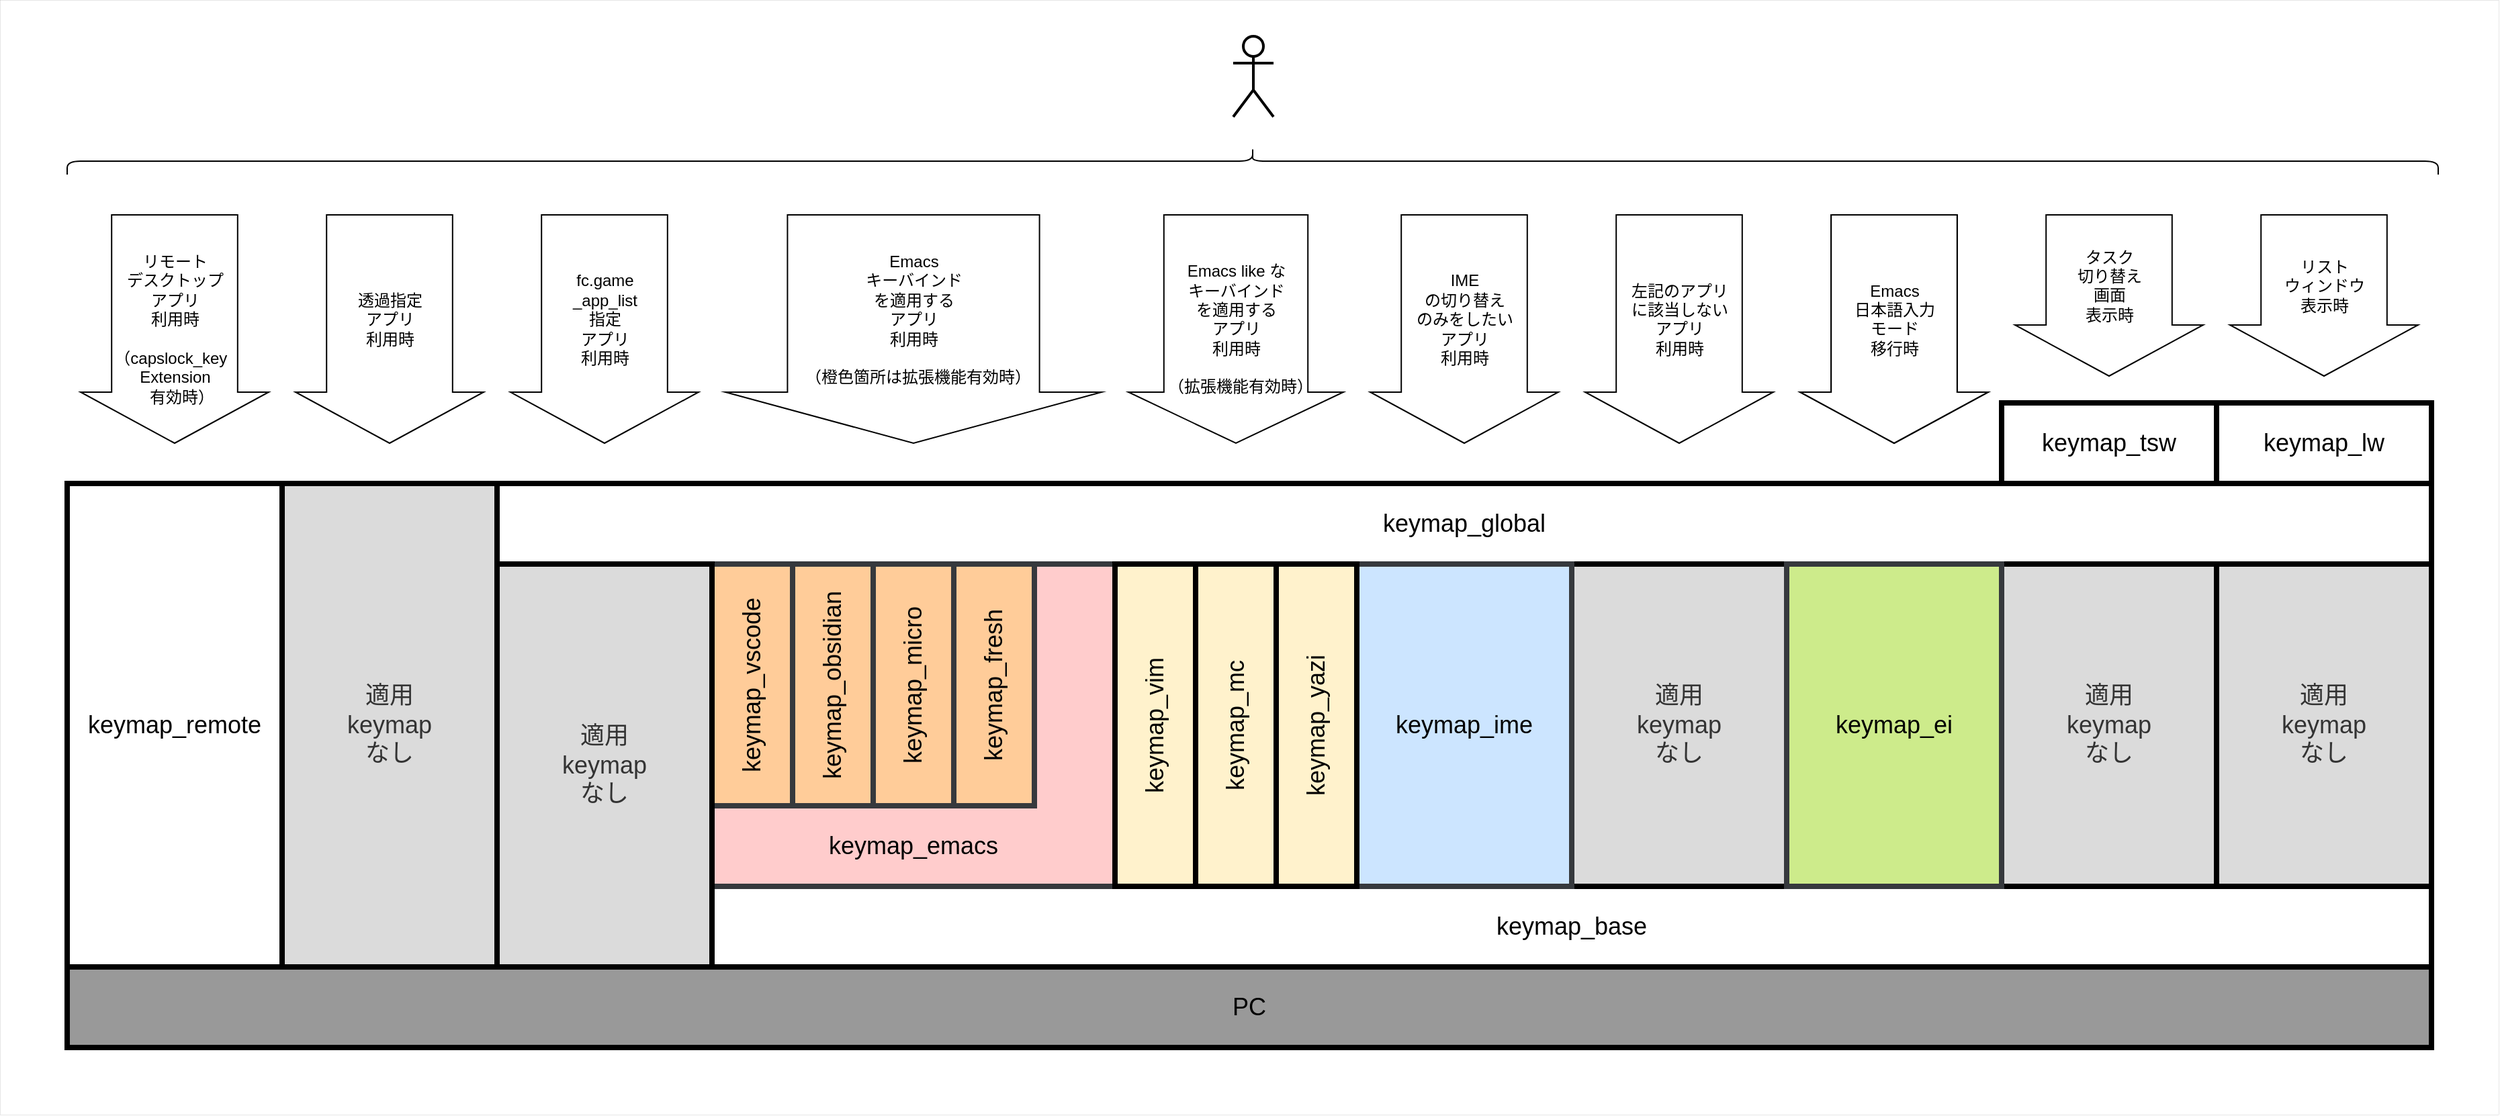
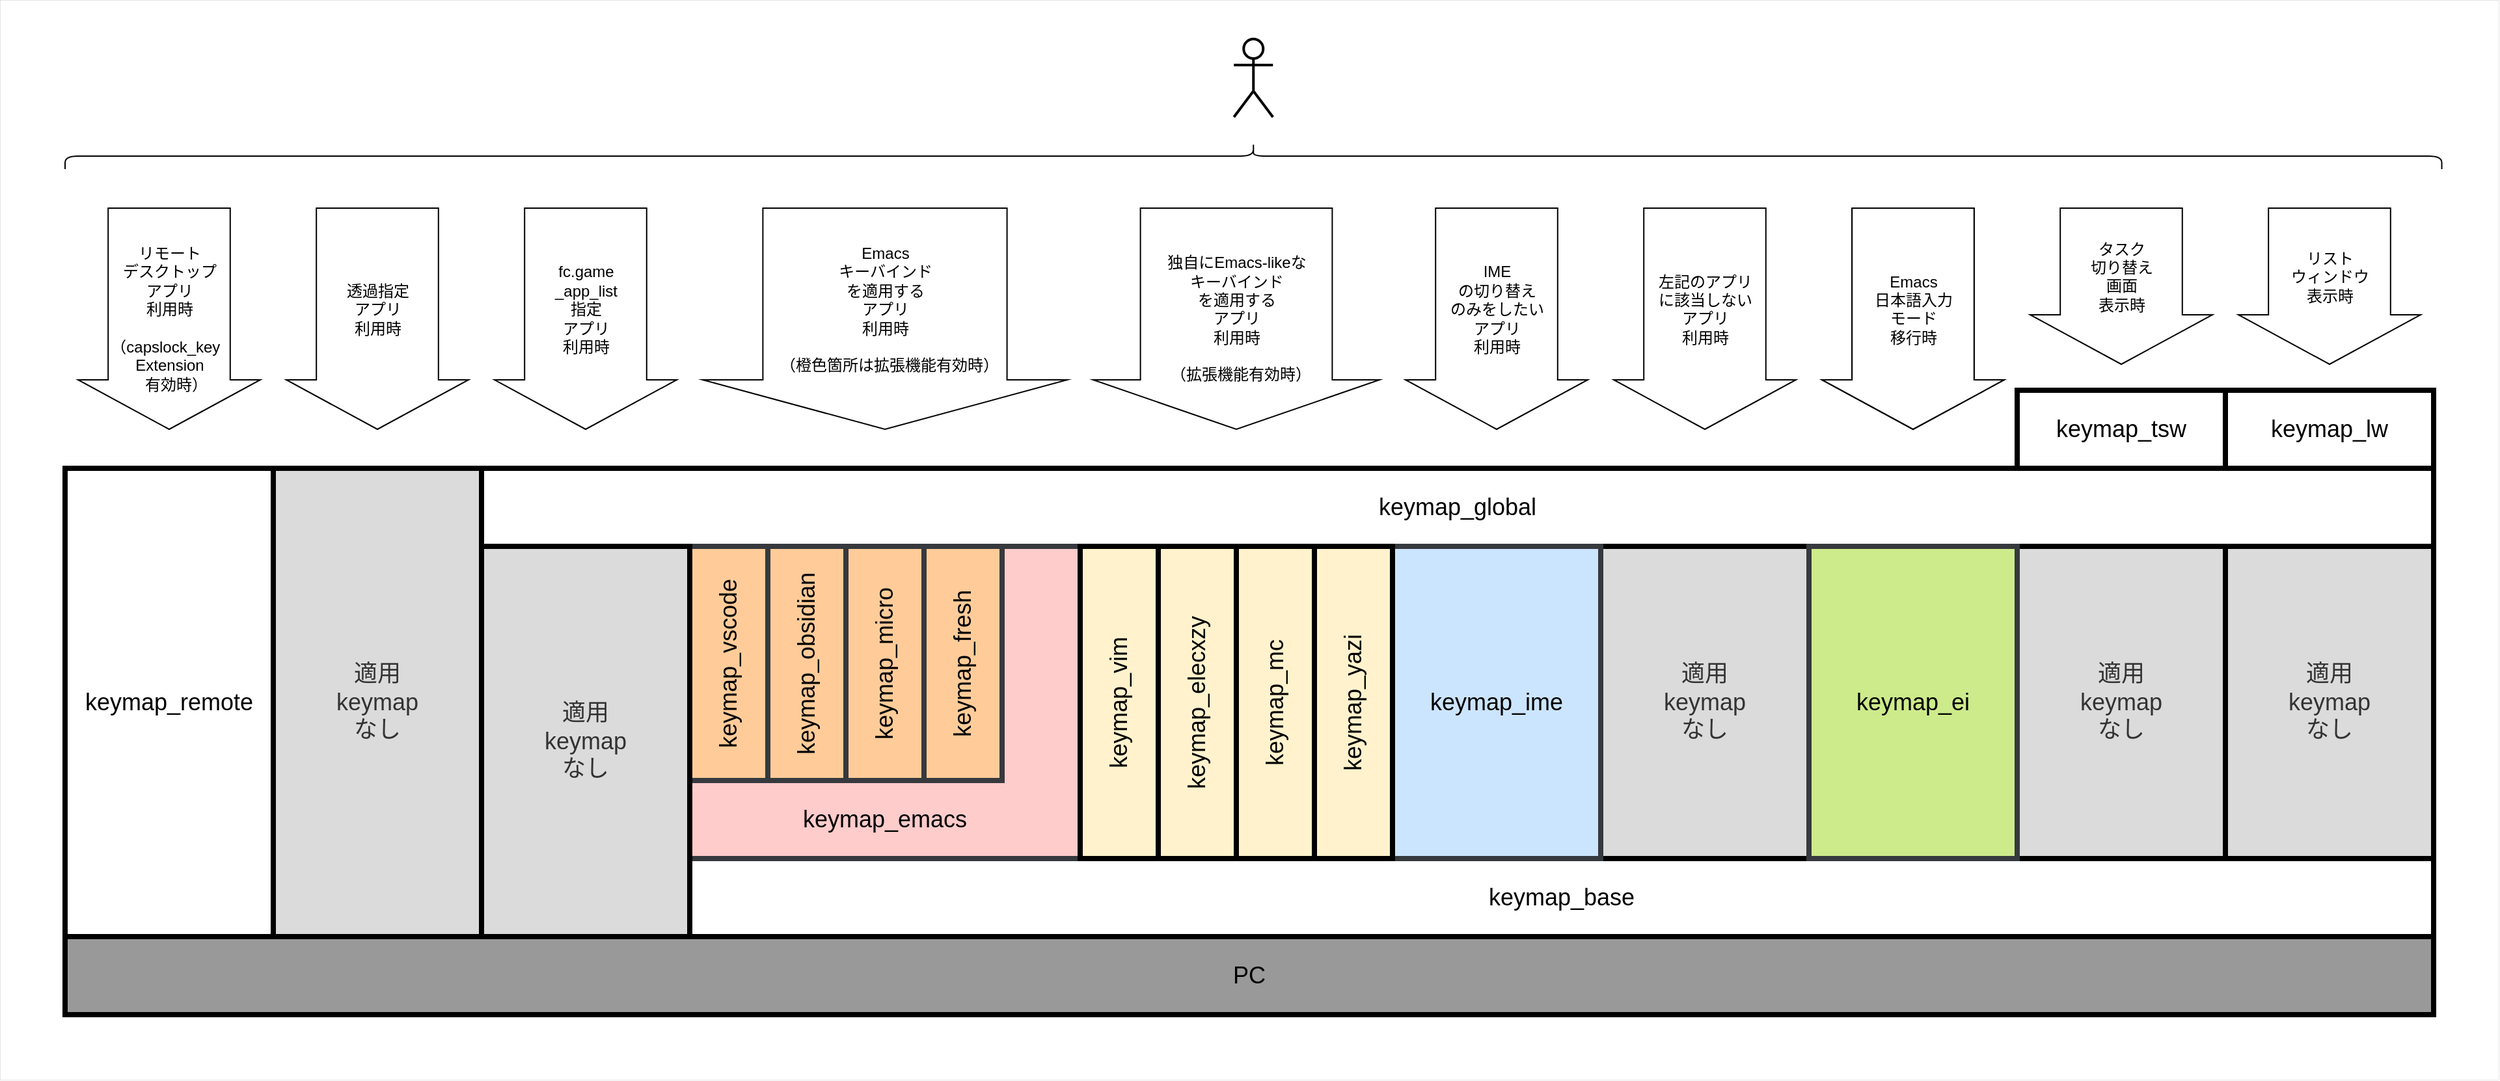
<mxfile host="Electron" agent="Mozilla/5.0 (Windows NT 10.0; Win64; x64) AppleWebKit/537.36 (KHTML, like Gecko) draw.io/29.6.1 Chrome/142.0.7444.265 Electron/39.8.0 Safari/537.36" version="29.6.1">
  <diagram name="ページ1" id="5GmA5azT59qMRVNA7XrL">
-     <mxGraphModel dx="2565" dy="811" grid="1" gridSize="10" guides="1" tooltips="1" connect="1" arrows="1" fold="1" page="1" pageScale="1" pageWidth="1169" pageHeight="827" math="0" shadow="0">
+     <mxGraphModel dx="2243" dy="624" grid="1" gridSize="10" guides="1" tooltips="1" connect="1" arrows="1" fold="1" page="1" pageScale="1" pageWidth="1169" pageHeight="827" math="0" shadow="0">
      <root>
        <mxCell id="0" />
        <mxCell id="1" parent="0" />
        <mxCell id="R3ex-nuZuo4BqBKcZroz-3" parent="1" style="rounded=0;whiteSpace=wrap;html=1;strokeWidth=0;" value="" vertex="1">
-           <mxGeometry height="830" width="1860" x="-1120" y="80" as="geometry" />
+           <mxGeometry height="830" width="1920" x="-1120" y="80" as="geometry" />
        </mxCell>
        <mxCell id="ZNUdISC1LJWlkmwr6NwV-11" parent="1" style="rounded=0;whiteSpace=wrap;html=1;strokeWidth=4;fontSize=18;fillColor=#dbdbdb;fontColor=#333333;strokeColor=#000000;" value="適用&lt;br style=&quot;font-size: 18px;&quot;&gt;keymap&lt;br style=&quot;font-size: 18px;&quot;&gt;なし" vertex="1">
-           <mxGeometry height="240" width="160" x="50" y="500" as="geometry" />
+           <mxGeometry height="240" width="160" x="110" y="500" as="geometry" />
        </mxCell>
        <mxCell id="8uGnQqRoo8XHkAc7qmPf-10" parent="1" style="rounded=0;whiteSpace=wrap;html=1;strokeWidth=4;align=center;" value="&lt;font style=&quot;font-size: 18px;&quot;&gt;keymap_global&lt;br&gt;&lt;/font&gt;" vertex="1">
-           <mxGeometry height="60" width="1440" x="-750" y="440" as="geometry" />
+           <mxGeometry height="60" width="1500" x="-750" y="440" as="geometry" />
        </mxCell>
        <mxCell id="8uGnQqRoo8XHkAc7qmPf-1" parent="1" style="rounded=0;whiteSpace=wrap;html=1;strokeWidth=4;" value="&lt;font style=&quot;font-size: 18px;&quot;&gt;keymap_base&lt;/font&gt;" vertex="1">
-           <mxGeometry height="60" width="1280" x="-590" y="740" as="geometry" />
+           <mxGeometry height="60" width="1340" x="-590" y="740" as="geometry" />
        </mxCell>
        <mxCell id="8uGnQqRoo8XHkAc7qmPf-2" parent="1" style="rounded=0;whiteSpace=wrap;html=1;strokeWidth=4;fillColor=#ffcccc;strokeColor=#36393d;" value="&lt;div&gt;&lt;span style=&quot;background-color: transparent; color: light-dark(rgb(0, 0, 0), rgb(255, 255, 255)); font-size: 18px;&quot;&gt;&lt;br&gt;&lt;/span&gt;&lt;/div&gt;&lt;div&gt;&lt;span style=&quot;background-color: transparent; color: light-dark(rgb(0, 0, 0), rgb(255, 255, 255)); font-size: 18px;&quot;&gt;&lt;br&gt;&lt;/span&gt;&lt;/div&gt;&lt;div&gt;&lt;span style=&quot;background-color: transparent; color: light-dark(rgb(0, 0, 0), rgb(255, 255, 255)); font-size: 18px;&quot;&gt;&lt;br&gt;&lt;/span&gt;&lt;/div&gt;&lt;div&gt;&lt;span style=&quot;background-color: transparent; color: light-dark(rgb(0, 0, 0), rgb(255, 255, 255)); font-size: 18px;&quot;&gt;&lt;br&gt;&lt;/span&gt;&lt;/div&gt;&lt;div&gt;&lt;span style=&quot;background-color: transparent; color: light-dark(rgb(0, 0, 0), rgb(255, 255, 255)); font-size: 18px;&quot;&gt;&lt;br&gt;&lt;/span&gt;&lt;/div&gt;&lt;div&gt;&lt;span style=&quot;background-color: transparent; color: light-dark(rgb(0, 0, 0), rgb(255, 255, 255)); font-size: 18px;&quot;&gt;&lt;br&gt;&lt;/span&gt;&lt;/div&gt;&lt;div&gt;&lt;font style=&quot;font-size: 24px;&quot;&gt;&lt;br&gt;&lt;/font&gt;&lt;/div&gt;&lt;div&gt;&lt;span style=&quot;background-color: transparent; color: light-dark(rgb(0, 0, 0), rgb(255, 255, 255)); font-size: 18px;&quot;&gt;&lt;br&gt;&lt;/span&gt;&lt;/div&gt;&lt;div&gt;&lt;span style=&quot;background-color: transparent; color: light-dark(rgb(0, 0, 0), rgb(255, 255, 255)); font-size: 18px;&quot;&gt;keymap_emacs&lt;/span&gt;&lt;/div&gt;" vertex="1">
          <mxGeometry height="240" width="300" x="-590" y="500" as="geometry" />
        </mxCell>
        <mxCell id="8uGnQqRoo8XHkAc7qmPf-4" parent="1" style="rounded=0;whiteSpace=wrap;html=1;strokeWidth=4;fillColor=#cce5ff;strokeColor=#36393d;" value="&lt;font style=&quot;font-size: 18px;&quot;&gt;keymap_ime&lt;/font&gt;" vertex="1">
-           <mxGeometry height="240" width="160" x="-110" y="500" as="geometry" />
+           <mxGeometry height="240" width="160" x="-50" y="500" as="geometry" />
        </mxCell>
        <mxCell id="8uGnQqRoo8XHkAc7qmPf-7" parent="1" style="rounded=0;whiteSpace=wrap;html=1;strokeWidth=4;" value="&lt;font style=&quot;font-size: 18px;&quot;&gt;keymap_tsw&lt;/font&gt;" vertex="1">
-           <mxGeometry height="60" width="160" x="370" y="380" as="geometry" />
+           <mxGeometry height="60" width="160" x="430" y="380" as="geometry" />
        </mxCell>
        <mxCell id="8uGnQqRoo8XHkAc7qmPf-8" parent="1" style="rounded=0;whiteSpace=wrap;html=1;strokeWidth=4;" value="&lt;font style=&quot;font-size: 18px;&quot;&gt;keymap_lw&lt;/font&gt;" vertex="1">
-           <mxGeometry height="60" width="160" x="530" y="380" as="geometry" />
+           <mxGeometry height="60" width="160" x="590" y="380" as="geometry" />
        </mxCell>
        <mxCell id="8uGnQqRoo8XHkAc7qmPf-9" parent="1" style="rounded=0;whiteSpace=wrap;html=1;strokeWidth=4;fillColor=#ffcc99;strokeColor=#36393d;direction=west;container=0;verticalAlign=middle;flipV=0;rotation=-90;" value="&lt;font style=&quot;font-size: 18px;&quot;&gt;keymap_vscode&lt;/font&gt;" vertex="1">
          <mxGeometry height="60" width="180" x="-650" y="560" as="geometry" />
        </mxCell>
        <mxCell id="8uGnQqRoo8XHkAc7qmPf-16" parent="1" style="html=1;shadow=0;dashed=0;align=center;verticalAlign=middle;shape=mxgraph.arrows2.arrow;dy=0.33;dx=38;direction=south;notch=0;strokeWidth=1;" value="リスト&lt;br&gt;ウィンドウ&lt;br&gt;表示時&lt;br&gt;　" vertex="1">
-           <mxGeometry height="120" width="140" x="540" y="240" as="geometry" />
+           <mxGeometry height="120" width="140" x="600" y="240" as="geometry" />
        </mxCell>
        <mxCell id="8uGnQqRoo8XHkAc7qmPf-17" parent="1" style="html=1;shadow=0;dashed=0;align=center;verticalAlign=middle;shape=mxgraph.arrows2.arrow;dy=0.33;dx=38;direction=south;notch=0;strokeWidth=1;" value="タスク&lt;br&gt;切り替え&lt;br&gt;画面&lt;br&gt;表示時&lt;br&gt;　" vertex="1">
-           <mxGeometry height="120" width="140" x="380" y="240" as="geometry" />
+           <mxGeometry height="120" width="140" x="440" y="240" as="geometry" />
        </mxCell>
        <mxCell id="NDCZV5FXc2qCAnFAwnTU-1" parent="1" style="shape=curlyBracket;whiteSpace=wrap;html=1;rounded=1;flipH=1;labelPosition=right;verticalLabelPosition=middle;align=left;verticalAlign=middle;rotation=-90;" value="" vertex="1">
-           <mxGeometry height="1765" width="20" x="-197.5" y="-682.5" as="geometry" />
+           <mxGeometry height="1826.25" width="20" x="-166.87" y="-713.12" as="geometry" />
        </mxCell>
        <mxCell id="y4j9JO9H34aeiVaLA8et-1" parent="1" style="rounded=0;whiteSpace=wrap;html=1;strokeWidth=4;fontSize=18;fillColor=#dbdbdb;fontColor=#333333;strokeColor=#000000;" value="適用&lt;br style=&quot;font-size: 18px;&quot;&gt;keymap&lt;br style=&quot;font-size: 18px;&quot;&gt;なし" vertex="1">
-           <mxGeometry height="240" width="160" x="370" y="500" as="geometry" />
+           <mxGeometry height="240" width="160" x="430" y="500" as="geometry" />
        </mxCell>
        <mxCell id="y4j9JO9H34aeiVaLA8et-2" parent="1" style="rounded=0;whiteSpace=wrap;html=1;strokeWidth=4;fontSize=18;fillColor=#dbdbdb;fontColor=#333333;strokeColor=#000000;" value="適用&lt;br style=&quot;font-size: 18px;&quot;&gt;keymap&lt;br style=&quot;font-size: 18px;&quot;&gt;なし" vertex="1">
-           <mxGeometry height="240" width="160" x="530" y="500" as="geometry" />
+           <mxGeometry height="240" width="160" x="590" y="500" as="geometry" />
        </mxCell>
        <mxCell id="lBYjtZXbLTm1N8DoIs26-1" parent="1" style="rounded=0;whiteSpace=wrap;html=1;strokeWidth=4;fontSize=18;" value="keymap_remote" vertex="1">
          <mxGeometry height="360" width="160" x="-1070" y="440" as="geometry" />
        </mxCell>
        <mxCell id="lBYjtZXbLTm1N8DoIs26-3" parent="1" style="shape=umlActor;verticalLabelPosition=bottom;verticalAlign=top;html=1;strokeWidth=2;" value="" vertex="1">
-           <mxGeometry height="60" width="30" x="-202" y="107" as="geometry" />
+           <mxGeometry height="60" width="30" x="-171.87" y="110" as="geometry" />
        </mxCell>
        <mxCell id="8uGnQqRoo8XHkAc7qmPf-6" parent="1" style="rounded=0;whiteSpace=wrap;html=1;strokeWidth=4;fillColor=#cdeb8b;strokeColor=#36393d;" value="&lt;font style=&quot;font-size: 18px;&quot;&gt;keymap_ei&lt;/font&gt;" vertex="1">
-           <mxGeometry height="240" width="160" x="210" y="500" as="geometry" />
+           <mxGeometry height="240" width="160" x="270" y="500" as="geometry" />
        </mxCell>
        <mxCell id="8uGnQqRoo8XHkAc7qmPf-24" parent="1" style="rounded=0;whiteSpace=wrap;html=1;strokeWidth=4;fontSize=18;fillColor=#dbdbdb;fontColor=#333333;strokeColor=#000000;" value="適用&lt;br style=&quot;font-size: 18px;&quot;&gt;keymap&lt;br style=&quot;font-size: 18px;&quot;&gt;なし" vertex="1">
          <mxGeometry height="300" width="160" x="-750" y="500" as="geometry" />
        </mxCell>
        <mxCell id="8uGnQqRoo8XHkAc7qmPf-15" parent="1" style="rounded=0;whiteSpace=wrap;html=1;strokeWidth=4;fontSize=18;fillColor=#dbdbdb;fontColor=#333333;strokeColor=#000000;" value="適用&lt;br style=&quot;font-size: 18px;&quot;&gt;keymap&lt;br style=&quot;font-size: 18px;&quot;&gt;なし" vertex="1">
          <mxGeometry height="360" width="160" x="-910" y="440" as="geometry" />
        </mxCell>
        <mxCell id="9zCoiUO8UtqV8FVcG8kC-1" parent="1" style="rounded=0;whiteSpace=wrap;html=1;strokeWidth=4;fillColor=#999999;" value="&lt;font style=&quot;font-size: 18px;&quot;&gt;PC&lt;/font&gt;" vertex="1">
-           <mxGeometry height="60" width="1760" x="-1070" y="800" as="geometry" />
+           <mxGeometry height="60" width="1820" x="-1070" y="800" as="geometry" />
        </mxCell>
        <mxCell id="lBYjtZXbLTm1N8DoIs26-12" parent="1" style="html=1;shadow=0;dashed=0;align=center;verticalAlign=middle;shape=mxgraph.arrows2.arrow;dy=0.33;dx=38;direction=south;notch=0;strokeWidth=1;" value="リモート&lt;div&gt;デスクトップ&lt;/div&gt;&lt;div&gt;アプリ&lt;/div&gt;&lt;div&gt;利用時&lt;/div&gt;&lt;div&gt;&lt;br&gt;&lt;/div&gt;&lt;div&gt;&lt;div&gt;（capslock_key&amp;nbsp;&amp;nbsp;&lt;/div&gt;&lt;div&gt;Extension&lt;/div&gt;&lt;div&gt;&amp;nbsp; &amp;nbsp;有効時）&lt;/div&gt;&lt;/div&gt;" vertex="1">
          <mxGeometry height="170" width="140" x="-1060" y="240" as="geometry" />
        </mxCell>
        <mxCell id="8uGnQqRoo8XHkAc7qmPf-18" parent="1" style="html=1;shadow=0;dashed=0;align=center;verticalAlign=middle;shape=mxgraph.arrows2.arrow;dy=0.33;dx=38;direction=south;notch=0;strokeWidth=1;" value="Emacs&lt;br&gt;日本語入力&lt;br&gt;モード&lt;br&gt;移行時&lt;br&gt;　" vertex="1">
-           <mxGeometry height="170.00000000000003" width="140" x="220" y="240" as="geometry" />
+           <mxGeometry height="170.00000000000003" width="140" x="280" y="240" as="geometry" />
        </mxCell>
        <mxCell id="8uGnQqRoo8XHkAc7qmPf-19" parent="1" style="html=1;shadow=0;dashed=0;align=center;verticalAlign=middle;shape=mxgraph.arrows2.arrow;dy=0.33;dx=38;direction=south;notch=0;strokeWidth=1;" value="IME&lt;br&gt;の切り替え&lt;br&gt;のみをしたい&lt;br&gt;アプリ&lt;br&gt;利用時&lt;br&gt;　" vertex="1">
-           <mxGeometry height="170.00000000000003" width="140" x="-100" y="240" as="geometry" />
+           <mxGeometry height="170.00000000000003" width="140" x="-40" y="240" as="geometry" />
        </mxCell>
        <mxCell id="8uGnQqRoo8XHkAc7qmPf-20" parent="1" style="html=1;shadow=0;dashed=0;align=center;verticalAlign=middle;shape=mxgraph.arrows2.arrow;dy=0.33;dx=38;direction=south;notch=0;strokeWidth=1;" value="Emacs&lt;br&gt;キーバインド&lt;br&gt;を適用する&lt;br&gt;アプリ&lt;br&gt;利用時&lt;br&gt;　&lt;br&gt;&lt;div&gt;（橙色箇所は拡張機能&lt;span style=&quot;background-color: initial; color: light-dark(rgb(0, 0, 0), rgb(255, 255, 255));&quot;&gt;有効時）&lt;/span&gt;&lt;span style=&quot;background-color: transparent; color: light-dark(rgb(0, 0, 0), rgb(255, 255, 255));&quot;&gt;　&lt;/span&gt;&lt;/div&gt;&lt;div&gt;&lt;br&gt;&lt;/div&gt;" vertex="1">
          <mxGeometry height="170" width="280" x="-580" y="240" as="geometry" />
        </mxCell>
-         <mxCell id="8uGnQqRoo8XHkAc7qmPf-21" parent="1" style="html=1;shadow=0;dashed=0;align=center;verticalAlign=middle;shape=mxgraph.arrows2.arrow;dy=0.33;dx=38;direction=south;notch=0;strokeWidth=1;" value="Emacs like な&lt;br&gt;キーバインド&lt;br&gt;を適用する&lt;br&gt;アプリ&lt;br&gt;利用時&lt;br&gt;&lt;br&gt;（&lt;span style=&quot;background-color: transparent; color: light-dark(rgb(0, 0, 0), rgb(255, 255, 255));&quot;&gt;拡張機能&lt;/span&gt;&lt;span style=&quot;background-color: initial; color: light-dark(rgb(0, 0, 0), rgb(255, 255, 255));&quot;&gt;有効時）&lt;/span&gt;&lt;span style=&quot;background-color: transparent; color: light-dark(rgb(0, 0, 0), rgb(255, 255, 255));&quot;&gt;　&lt;/span&gt;" vertex="1">
-           <mxGeometry height="170" width="160" x="-280" y="240" as="geometry" />
+         <mxCell id="8uGnQqRoo8XHkAc7qmPf-21" parent="1" style="html=1;shadow=0;dashed=0;align=center;verticalAlign=middle;shape=mxgraph.arrows2.arrow;dy=0.33;dx=38;direction=south;notch=0;strokeWidth=1;" value="独自にEmacs-likeな&lt;br&gt;キーバインド&lt;br&gt;を適用する&lt;br&gt;アプリ&lt;br&gt;利用時&lt;br&gt;&lt;br&gt;（&lt;span style=&quot;background-color: transparent; color: light-dark(rgb(0, 0, 0), rgb(255, 255, 255));&quot;&gt;拡張機能&lt;/span&gt;&lt;span style=&quot;background-color: initial; color: light-dark(rgb(0, 0, 0), rgb(255, 255, 255));&quot;&gt;有効時）&lt;/span&gt;&lt;span style=&quot;background-color: transparent; color: light-dark(rgb(0, 0, 0), rgb(255, 255, 255));&quot;&gt;　&lt;/span&gt;" vertex="1">
+           <mxGeometry height="170" width="220" x="-280" y="240" as="geometry" />
        </mxCell>
        <mxCell id="8uGnQqRoo8XHkAc7qmPf-22" parent="1" style="html=1;shadow=0;dashed=0;align=center;verticalAlign=middle;shape=mxgraph.arrows2.arrow;dy=0.33;dx=38;direction=south;notch=0;strokeWidth=1;" value="fc.game&lt;br&gt;_app_list&lt;br&gt;指定&lt;br&gt;アプリ&lt;br&gt;利用時&lt;br&gt;　" vertex="1">
          <mxGeometry height="170.00000000000003" width="140" x="-740" y="240" as="geometry" />
        </mxCell>
        <mxCell id="8uGnQqRoo8XHkAc7qmPf-23" parent="1" style="html=1;shadow=0;dashed=0;align=center;verticalAlign=middle;shape=mxgraph.arrows2.arrow;dy=0.33;dx=38;direction=south;notch=0;strokeWidth=1;" value="透過指定&lt;br&gt;アプリ&lt;br&gt;利用時&lt;br&gt;　" vertex="1">
          <mxGeometry height="170.00000000000003" width="140" x="-900" y="240" as="geometry" />
        </mxCell>
        <mxCell id="ZNUdISC1LJWlkmwr6NwV-12" parent="1" style="html=1;shadow=0;dashed=0;align=center;verticalAlign=middle;shape=mxgraph.arrows2.arrow;dy=0.33;dx=38;direction=south;notch=0;strokeWidth=1;" value="左記のアプリ&lt;br&gt;に該当しない&lt;br&gt;アプリ&lt;br&gt;利用時&lt;br&gt;&amp;nbsp;" vertex="1">
-           <mxGeometry height="170.00000000000003" width="140" x="60" y="240" as="geometry" />
+           <mxGeometry height="170.00000000000003" width="140" x="120" y="240" as="geometry" />
        </mxCell>
        <mxCell id="Ipk6Pkl7LTSeYcfgV9gB-1" parent="1" style="html=1;shadow=0;dashed=0;align=center;verticalAlign=middle;shape=mxgraph.arrows2.arrow;dy=0.33;dx=38;direction=south;notch=0;strokeWidth=1;" value="Emacs&lt;br&gt;日本語入力&lt;br&gt;モード&lt;br&gt;移行時&lt;br&gt;　" vertex="1">
-           <mxGeometry height="170.00000000000003" width="140" x="220" y="240" as="geometry" />
+           <mxGeometry height="170.00000000000003" width="140" x="280" y="240" as="geometry" />
        </mxCell>
        <mxCell id="mWPYtydvubT1nRCa9uvk-1" parent="1" style="rounded=0;whiteSpace=wrap;html=1;strokeWidth=4;fillColor=#ffcc99;strokeColor=#36393d;direction=west;container=0;verticalAlign=middle;flipV=0;rotation=-90;" value="&lt;font style=&quot;font-size: 18px;&quot;&gt;keymap_obsidian&lt;/font&gt;" vertex="1">
          <mxGeometry height="60" width="180" x="-590" y="560" as="geometry" />
        </mxCell>
        <mxCell id="mWPYtydvubT1nRCa9uvk-2" parent="1" style="rounded=0;whiteSpace=wrap;html=1;strokeWidth=4;fillColor=#ffcc99;strokeColor=#36393d;direction=west;container=0;verticalAlign=middle;flipV=0;rotation=-90;" value="&lt;font style=&quot;font-size: 18px;&quot;&gt;keymap_micro&lt;/font&gt;" vertex="1">
          <mxGeometry height="60" width="180" x="-530" y="560" as="geometry" />
        </mxCell>
        <mxCell id="mWPYtydvubT1nRCa9uvk-3" parent="1" style="rounded=0;whiteSpace=wrap;html=1;strokeWidth=4;fillColor=#ffcc99;strokeColor=#36393d;direction=west;container=0;verticalAlign=middle;flipV=0;rotation=-90;" value="&lt;font style=&quot;font-size: 18px;&quot;&gt;keymap_fresh&lt;/font&gt;" vertex="1">
          <mxGeometry height="60" width="180" x="-470" y="560" as="geometry" />
        </mxCell>
        <mxCell id="mWPYtydvubT1nRCa9uvk-5" parent="1" style="rounded=0;whiteSpace=wrap;html=1;strokeWidth=4;fillColor=#fff2cc;strokeColor=#000000;direction=west;container=0;verticalAlign=middle;flipV=0;rotation=-90;" value="&lt;font style=&quot;font-size: 18px;&quot;&gt;keymap_mc&lt;/font&gt;" vertex="1">
-           <mxGeometry height="60" width="240" x="-320" y="590" as="geometry" />
+           <mxGeometry height="60" width="240" x="-260" y="590" as="geometry" />
        </mxCell>
        <mxCell id="mWPYtydvubT1nRCa9uvk-6" parent="1" style="rounded=0;whiteSpace=wrap;html=1;strokeWidth=4;fillColor=#fff2cc;strokeColor=#000000;direction=west;container=0;verticalAlign=middle;flipV=0;rotation=-90;" value="&lt;font style=&quot;font-size: 18px;&quot;&gt;keymap_yazi&lt;/font&gt;" vertex="1">
-           <mxGeometry height="60" width="240" x="-260" y="590" as="geometry" />
+           <mxGeometry height="60" width="240" x="-200" y="590" as="geometry" />
        </mxCell>
        <mxCell id="mWPYtydvubT1nRCa9uvk-7" parent="1" style="rounded=0;whiteSpace=wrap;html=1;strokeWidth=4;fillColor=#fff2cc;strokeColor=#000000;direction=west;container=0;verticalAlign=middle;flipV=0;rotation=-90;" value="&lt;font style=&quot;font-size: 18px;&quot;&gt;keymap_vim&lt;/font&gt;" vertex="1">
          <mxGeometry height="60" width="240" x="-380" y="590" as="geometry" />
+         </mxCell>
+         <mxCell id="WFvNOOxhkWlRTgmYZDXa-3" parent="1" style="rounded=0;whiteSpace=wrap;html=1;strokeWidth=4;fillColor=#fff2cc;strokeColor=#000000;direction=west;container=0;verticalAlign=middle;flipV=0;rotation=-90;" value="&lt;font style=&quot;font-size: 18px;&quot;&gt;keymap_elecxzy&lt;/font&gt;" vertex="1">
+           <mxGeometry height="60" width="240" x="-320" y="590" as="geometry" />
        </mxCell>
      </root>
    </mxGraphModel>
  </diagram>
</mxfile>
